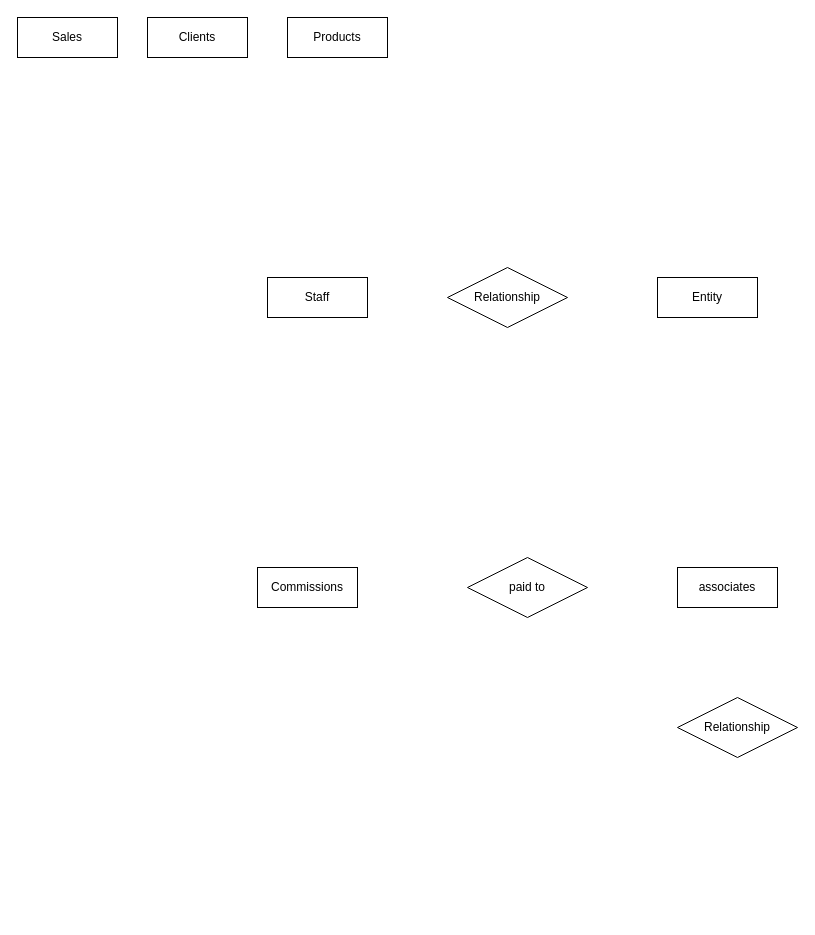
Earlier version of the draw.io diagram Untitled Diagram.drawio (TolulopeBabajide/UOR). Source tidied: cells renumbered, new cells numbered last; positions are measured from the earlier drawing's top-left corner, leaving out a move shared by most shapes. Both pictures are drawn from the tidied source at 100%, with x=0, y=0 at pixel (17, 17).
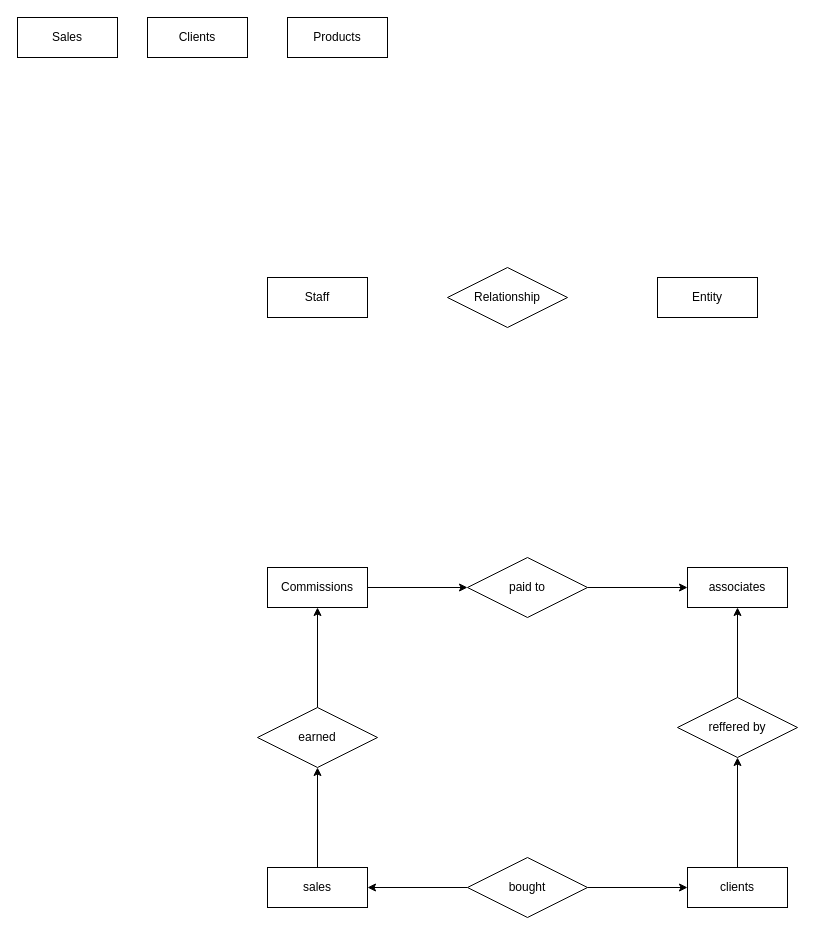
After the change.

Unchanged cells that the change refers to:
```xml
<mxCell id="9" value="paid to" style="shape=rhombus;perimeter=rhombusPerimeter;whiteSpace=wrap;html=1;align=center;" parent="1" vertex="1">
  <mxGeometry x="450" y="540" width="120" height="60" as="geometry" />
</mxCell>
```

Diff of the diagram source:
```diff
@@
+    <mxCell id="12" style="edgeStyle=orthogonalEdgeStyle;rounded=0;jettySize=auto;html=1;" parent="1" edge="1" source="8" target="9">
+      <mxGeometry relative="1" as="geometry" />
+    </mxCell>
     <mxCell id="8" value="Commissions" style="whiteSpace=wrap;html=1;align=center;" parent="1" vertex="1">
-      <mxGeometry x="240" y="550" width="100" height="40" as="geometry" />
+      <mxGeometry x="250" y="550" width="100" height="40" as="geometry" />
     </mxCell>
+    <mxCell id="13" style="edgeStyle=orthogonalEdgeStyle;rounded=0;jettySize=auto;html=1;" parent="1" edge="1" source="9" target="10">
+      <mxGeometry relative="1" as="geometry" />
+    </mxCell>
@@
     <mxCell id="10" value="associates" style="whiteSpace=wrap;html=1;align=center;" parent="1" vertex="1">
-      <mxGeometry x="660" y="550" width="100" height="40" as="geometry" />
+      <mxGeometry x="670" y="550" width="100" height="40" as="geometry" />
     </mxCell>
+    <mxCell id="14" style="edgeStyle=orthogonalEdgeStyle;rounded=0;jettySize=auto;html=1;" parent="1" edge="1" source="11" target="10">
+      <mxGeometry relative="1" as="geometry" />
+    </mxCell>
-    <mxCell id="11" value="Relationship" style="shape=rhombus;perimeter=rhombusPerimeter;whiteSpace=wrap;html=1;align=center;" parent="1" vertex="1">
+    <mxCell id="11" value="reffered by" style="shape=rhombus;perimeter=rhombusPerimeter;whiteSpace=wrap;html=1;align=center;" parent="1" vertex="1">
       <mxGeometry x="660" y="680" width="120" height="60" as="geometry" />
     </mxCell>
+    <mxCell id="15" style="edgeStyle=orthogonalEdgeStyle;rounded=0;jettySize=auto;html=1;" parent="1" edge="1" source="16" target="11">
+      <mxGeometry relative="1" as="geometry" />
+    </mxCell>
+    <mxCell id="16" value="clients" style="whiteSpace=wrap;html=1;align=center;" parent="1" vertex="1">
+      <mxGeometry x="670" y="850" width="100" height="40" as="geometry" />
+    </mxCell>
+    <mxCell id="17" style="edgeStyle=orthogonalEdgeStyle;rounded=0;jettySize=auto;html=1;" parent="1" edge="1" source="18" target="20">
+      <mxGeometry relative="1" as="geometry" />
+    </mxCell>
+    <mxCell id="18" value="sales" style="whiteSpace=wrap;html=1;align=center;" parent="1" vertex="1">
+      <mxGeometry x="250" y="850" width="100" height="40" as="geometry" />
+    </mxCell>
+    <mxCell id="19" style="edgeStyle=orthogonalEdgeStyle;rounded=0;jettySize=auto;html=1;" parent="1" edge="1" source="20" target="8">
+      <mxGeometry relative="1" as="geometry" />
+    </mxCell>
+    <mxCell id="20" value="earned" style="shape=rhombus;perimeter=rhombusPerimeter;whiteSpace=wrap;html=1;align=center;" parent="1" vertex="1">
+      <mxGeometry x="240" y="690" width="120" height="60" as="geometry" />
+    </mxCell>
+    <mxCell id="21" style="edgeStyle=orthogonalEdgeStyle;rounded=0;jettySize=auto;html=1;" parent="1" edge="1" source="23" target="18">
+      <mxGeometry relative="1" as="geometry" />
+    </mxCell>
+    <mxCell id="22" style="edgeStyle=orthogonalEdgeStyle;rounded=0;jettySize=auto;html=1;" parent="1" edge="1" source="23" target="16">
+      <mxGeometry relative="1" as="geometry" />
+    </mxCell>
+    <mxCell id="23" value="bought" style="shape=rhombus;perimeter=rhombusPerimeter;whiteSpace=wrap;html=1;align=center;" parent="1" vertex="1">
+      <mxGeometry x="450" y="840" width="120" height="60" as="geometry" />
+    </mxCell>
```
